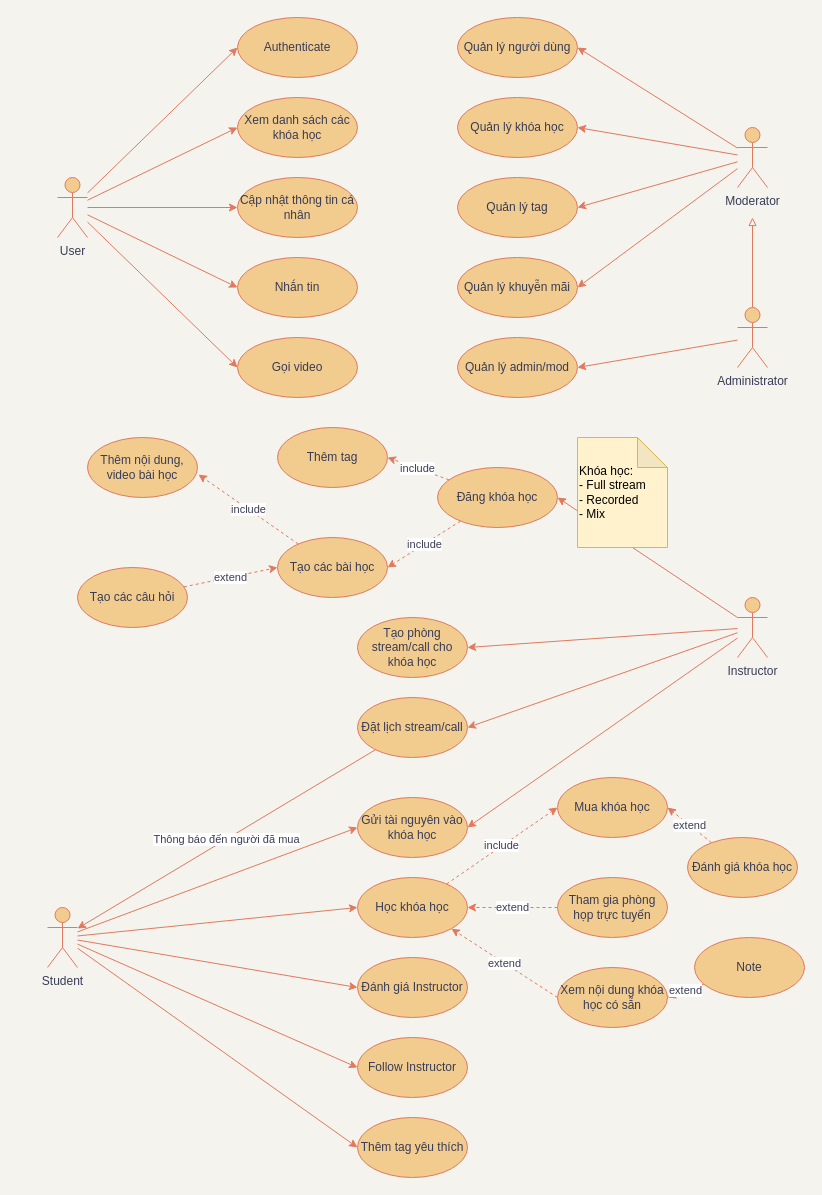
The draw.io diagram docs/graph/usecase.drawio in SownBanana/HUST-graduate-project, before the edit. Source tidied: cells renumbered, new cells numbered last; positions are measured from the earlier drawing's top-left corner, leaving out a move shared by most shapes. Both pictures are drawn from the tidied source at 100%, with x=0, y=0 at pixel (47, 17).
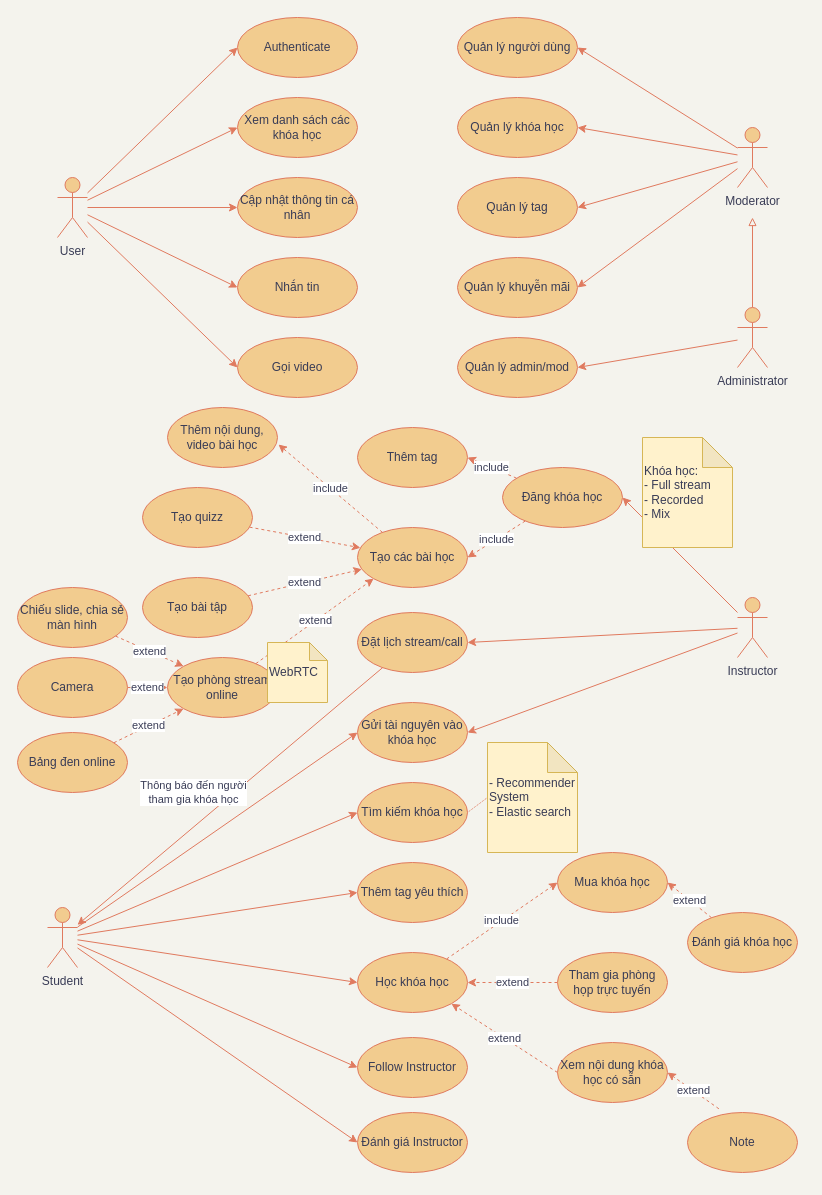
Above is the later version.

The change refers to these unchanged cells:
```xml
<mxCell id="6" value="Instructor" style="shape=umlActor;verticalLabelPosition=bottom;verticalAlign=top;html=1;outlineConnect=0;fillColor=#F2CC8F;strokeColor=#E07A5F;fontColor=#393C56;" parent="1" vertex="1">
  <mxGeometry x="690" y="580" width="30" height="60" as="geometry" />
</mxCell>
<mxCell id="12" value="Student" style="shape=umlActor;verticalLabelPosition=bottom;verticalAlign=top;html=1;outlineConnect=0;fillColor=#F2CC8F;strokeColor=#E07A5F;fontColor=#393C56;" parent="1" vertex="1">
  <mxGeometry y="890" width="30" height="60" as="geometry" />
</mxCell>
```

Diff of the diagram source:
```diff
@@
-    <mxCell id="3" style="edgeStyle=none;rounded=1;sketch=0;jettySize=auto;html=1;entryX=1;entryY=0.5;entryDx=0;entryDy=0;strokeColor=#E07A5F;fillColor=#F2CC8F;fontColor=#393C56;" parent="1" edge="1" source="6" target="45">
-      <mxGeometry relative="1" as="geometry" />
-    </mxCell>
@@
+    <mxCell id="65" style="edgeStyle=none;rounded=0;jettySize=auto;html=1;entryX=0;entryY=0.5;entryDx=0;entryDy=0;strokeColor=#E07A5F;fontColor=#393C56;" parent="1" edge="1" source="12" target="68">
+      <mxGeometry relative="1" as="geometry" />
+    </mxCell>
@@
     <mxCell id="26" value="Đăng khóa học" style="ellipse;whiteSpace=wrap;html=1;fillColor=#F2CC8F;strokeColor=#E07A5F;fontColor=#393C56;" parent="1" vertex="1">
-      <mxGeometry x="390" y="450" width="120" height="60" as="geometry" />
+      <mxGeometry x="455" y="450" width="120" height="60" as="geometry" />
     </mxCell>
@@
     <mxCell id="41" value="Tạo các bài học" style="ellipse;whiteSpace=wrap;html=1;rounded=0;sketch=0;strokeColor=#E07A5F;fillColor=#F2CC8F;fontColor=#393C56;" parent="1" vertex="1">
-      <mxGeometry x="230" y="520" width="110" height="60" as="geometry" />
+      <mxGeometry x="310" y="510" width="110" height="60" as="geometry" />
     </mxCell>
-    <mxCell id="42" value="extend" style="edgeStyle=none;rounded=1;sketch=0;jettySize=auto;html=1;entryX=0;entryY=0.5;entryDx=0;entryDy=0;dashed=1;strokeColor=#E07A5F;fillColor=#F2CC8F;fontColor=#393C56;" parent="1" edge="1" source="43" target="41">
+    <mxCell id="42" value="extend" style="edgeStyle=none;rounded=1;sketch=0;jettySize=auto;html=1;dashed=1;strokeColor=#E07A5F;fillColor=#F2CC8F;fontColor=#393C56;" parent="1" edge="1" source="43" target="41">
       <mxGeometry relative="1" as="geometry" />
     </mxCell>
-    <mxCell id="43" value="Tạo các câu hỏi" style="ellipse;whiteSpace=wrap;html=1;rounded=0;sketch=0;strokeColor=#E07A5F;fillColor=#F2CC8F;fontColor=#393C56;" parent="1" vertex="1">
-      <mxGeometry x="30" y="550" width="110" height="60" as="geometry" />
+    <mxCell id="43" value="Tạo quizz" style="ellipse;whiteSpace=wrap;html=1;rounded=0;sketch=0;strokeColor=#E07A5F;fillColor=#F2CC8F;fontColor=#393C56;" parent="1" vertex="1">
+      <mxGeometry x="95" y="470" width="110" height="60" as="geometry" />
     </mxCell>
     <mxCell id="44" value="Thêm nội dung, video bài học" style="ellipse;whiteSpace=wrap;html=1;rounded=0;sketch=0;strokeColor=#E07A5F;fillColor=#F2CC8F;fontColor=#393C56;" parent="1" vertex="1">
-      <mxGeometry x="40" y="420" width="110" height="60" as="geometry" />
+      <mxGeometry x="120" y="390" width="110" height="60" as="geometry" />
     </mxCell>
+    <mxCell id="66" value="extend" style="rounded=0;jettySize=auto;html=1;entryX=0;entryY=1;entryDx=0;entryDy=0;dashed=1;strokeColor=#E07A5F;fontColor=#393C56;" parent="1" edge="1" source="45" target="41">
+      <mxGeometry relative="1" as="geometry" />
+    </mxCell>
-    <mxCell id="45" value="Tạo phòng stream/call cho khóa học" style="ellipse;whiteSpace=wrap;html=1;rounded=0;sketch=0;strokeColor=#E07A5F;fillColor=#F2CC8F;fontColor=#393C56;" parent="1" vertex="1">
-      <mxGeometry x="310" y="600" width="110" height="60" as="geometry" />
+    <mxCell id="45" value="Tạo phòng stream online" style="ellipse;whiteSpace=wrap;html=1;rounded=0;sketch=0;strokeColor=#E07A5F;fillColor=#F2CC8F;fontColor=#393C56;" parent="1" vertex="1">
+      <mxGeometry x="120" y="640" width="110" height="60" as="geometry" />
     </mxCell>
-    <mxCell id="46" value="Thông báo đến người đã mua" style="edgeStyle=none;rounded=1;sketch=0;jettySize=auto;html=1;strokeColor=#E07A5F;fillColor=#F2CC8F;fontColor=#393C56;" parent="1" edge="1" source="47" target="12">
-      <mxGeometry relative="1" as="geometry" />
+    <mxCell id="46" value="Thông báo đến người&lt;br&gt;tham gia khóa học" style="edgeStyle=none;rounded=1;sketch=0;jettySize=auto;html=1;strokeColor=#E07A5F;fillColor=#F2CC8F;fontColor=#393C56;" parent="1" edge="1" source="47" target="12">
+      <mxGeometry x="0.13" y="-27" relative="1" as="geometry" />
     </mxCell>
     <mxCell id="47" value="Đặt lịch stream/call" style="ellipse;whiteSpace=wrap;html=1;rounded=0;sketch=0;strokeColor=#E07A5F;fillColor=#F2CC8F;fontColor=#393C56;" parent="1" vertex="1">
-      <mxGeometry x="310" y="680" width="110" height="60" as="geometry" />
+      <mxGeometry x="310" y="595" width="110" height="60" as="geometry" />
     </mxCell>
     <mxCell id="48" value="Gửi tài nguyên vào khóa học" style="ellipse;whiteSpace=wrap;html=1;rounded=0;sketch=0;strokeColor=#E07A5F;fillColor=#F2CC8F;fontColor=#393C56;" parent="1" vertex="1">
-      <mxGeometry x="310" y="780" width="110" height="60" as="geometry" />
+      <mxGeometry x="310" y="685" width="110" height="60" as="geometry" />
     </mxCell>
     <mxCell id="49" value="Mua khóa học" style="ellipse;whiteSpace=wrap;html=1;rounded=0;sketch=0;strokeColor=#E07A5F;fillColor=#F2CC8F;fontColor=#393C56;" parent="1" vertex="1">
-      <mxGeometry x="510" y="760" width="110" height="60" as="geometry" />
+      <mxGeometry x="510" y="835" width="110" height="60" as="geometry" />
     </mxCell>
@@
     <mxCell id="51" value="Đánh giá khóa học" style="ellipse;whiteSpace=wrap;html=1;rounded=0;sketch=0;strokeColor=#E07A5F;fillColor=#F2CC8F;fontColor=#393C56;" parent="1" vertex="1">
-      <mxGeometry x="640" y="820" width="110" height="60" as="geometry" />
+      <mxGeometry x="640" y="895" width="110" height="60" as="geometry" />
     </mxCell>
     <mxCell id="52" value="Đánh giá Instructor" style="ellipse;whiteSpace=wrap;html=1;rounded=0;sketch=0;strokeColor=#E07A5F;fillColor=#F2CC8F;fontColor=#393C56;" parent="1" vertex="1">
-      <mxGeometry x="310" y="940" width="110" height="60" as="geometry" />
+      <mxGeometry x="310" y="1095" width="110" height="60" as="geometry" />
     </mxCell>
@@
     <mxCell id="54" value="Thêm tag yêu thích" style="ellipse;whiteSpace=wrap;html=1;rounded=0;sketch=0;strokeColor=#E07A5F;fillColor=#F2CC8F;fontColor=#393C56;" parent="1" vertex="1">
-      <mxGeometry x="310" y="1100" width="110" height="60" as="geometry" />
+      <mxGeometry x="310" y="845" width="110" height="60" as="geometry" />
     </mxCell>
@@
     <mxCell id="56" value="Học khóa học" style="ellipse;whiteSpace=wrap;html=1;rounded=0;sketch=0;strokeColor=#E07A5F;fillColor=#F2CC8F;fontColor=#393C56;" parent="1" vertex="1">
-      <mxGeometry x="310" y="860" width="110" height="60" as="geometry" />
+      <mxGeometry x="310" y="935" width="110" height="60" as="geometry" />
     </mxCell>
-    <mxCell id="57" value="Khóa học:&lt;br&gt;- Full stream&lt;br&gt;- Recorded&lt;br&gt;- Mix" style="shape=note;whiteSpace=wrap;html=1;backgroundOutline=1;darkOpacity=0.05;rounded=0;sketch=0;strokeColor=#d6b656;fillColor=#fff2cc;align=left;" parent="1" vertex="1">
-      <mxGeometry x="530" y="420" width="90" height="110" as="geometry" />
+    <mxCell id="57" value="Khóa học:&lt;br&gt;- Full stream&lt;br&gt;- Recorded&lt;br&gt;- Mix" style="shape=note;whiteSpace=wrap;html=1;backgroundOutline=1;darkOpacity=0.05;rounded=0;sketch=0;strokeColor=#d6b656;fillColor=#fff2cc;align=left;fontColor=#393C56;" parent="1" vertex="1">
+      <mxGeometry x="595" y="420" width="90" height="110" as="geometry" />
     </mxCell>
@@
     <mxCell id="59" value="Tham gia phòng họp trực tuyến" style="ellipse;whiteSpace=wrap;html=1;rounded=0;sketch=0;strokeColor=#E07A5F;fillColor=#F2CC8F;fontColor=#393C56;" parent="1" vertex="1">
-      <mxGeometry x="510" y="860" width="110" height="60" as="geometry" />
+      <mxGeometry x="510" y="935" width="110" height="60" as="geometry" />
     </mxCell>
     <mxCell id="60" value="Thêm tag" style="ellipse;whiteSpace=wrap;html=1;rounded=0;sketch=0;strokeColor=#E07A5F;fillColor=#F2CC8F;fontColor=#393C56;" parent="1" vertex="1">
-      <mxGeometry x="230" y="410" width="110" height="60" as="geometry" />
+      <mxGeometry x="310" y="410" width="110" height="60" as="geometry" />
     </mxCell>
     <mxCell id="61" value="Xem nội dung khóa học có sẵn" style="ellipse;whiteSpace=wrap;html=1;rounded=0;sketch=0;strokeColor=#E07A5F;fillColor=#F2CC8F;fontColor=#393C56;" parent="1" vertex="1">
-      <mxGeometry x="510" y="950" width="110" height="60" as="geometry" />
+      <mxGeometry x="510" y="1025" width="110" height="60" as="geometry" />
     </mxCell>
@@
     <mxCell id="63" value="Note" style="ellipse;whiteSpace=wrap;html=1;rounded=0;sketch=0;strokeColor=#E07A5F;fillColor=#F2CC8F;fontColor=#393C56;" parent="1" vertex="1">
-      <mxGeometry x="647" y="920" width="110" height="60" as="geometry" />
+      <mxGeometry x="640" y="1095" width="110" height="60" as="geometry" />
     </mxCell>
-    <mxCell id="64" value="extend" style="edgeStyle=none;rounded=1;sketch=0;jettySize=auto;html=1;entryX=1;entryY=0.5;entryDx=0;entryDy=0;dashed=1;strokeColor=#E07A5F;fillColor=#F2CC8F;fontColor=#393C56;" parent="1" edge="1" source="63" target="61">
-      <mxGeometry relative="1" as="geometry" />
+    <mxCell id="64" value="extend" style="edgeStyle=none;rounded=1;sketch=0;jettySize=auto;html=1;entryX=1;entryY=0.5;entryDx=0;entryDy=0;dashed=1;strokeColor=#E07A5F;fillColor=#F2CC8F;fontColor=#393C56;" parent="1" edge="1" target="61">
+      <mxGeometry relative="1" as="geometry">
+        <mxPoint x="671.4" y="1091.3" as="sourcePoint" />
+      </mxGeometry>
     </mxCell>
+    <mxCell id="67" style="edgeStyle=none;rounded=0;jettySize=auto;html=1;exitX=1;exitY=0.5;exitDx=0;exitDy=0;entryX=0;entryY=0.5;entryDx=0;entryDy=0;entryPerimeter=0;strokeColor=#E07A5F;fontColor=#393C56;endArrow=none;endFill=0;dashed=1;dashPattern=1 1;" parent="1" edge="1" source="68" target="69">
+      <mxGeometry relative="1" as="geometry" />
+    </mxCell>
+    <mxCell id="68" value="Tìm kiếm khóa học" style="ellipse;whiteSpace=wrap;html=1;rounded=0;sketch=0;strokeColor=#E07A5F;fillColor=#F2CC8F;fontColor=#393C56;" parent="1" vertex="1">
+      <mxGeometry x="310" y="765" width="110" height="60" as="geometry" />
+    </mxCell>
+    <mxCell id="69" value="- Recommender System&lt;br&gt;- Elastic search" style="shape=note;whiteSpace=wrap;html=1;backgroundOutline=1;darkOpacity=0.05;rounded=0;sketch=0;strokeColor=#d6b656;fillColor=#fff2cc;align=left;fontColor=#393C56;" parent="1" vertex="1">
+      <mxGeometry x="440" y="725" width="90" height="110" as="geometry" />
+    </mxCell>
+    <mxCell id="70" value="extend" style="edgeStyle=none;rounded=1;sketch=0;jettySize=auto;html=1;dashed=1;strokeColor=#E07A5F;fillColor=#F2CC8F;fontColor=#393C56;" parent="1" edge="1" source="71" target="41">
+      <mxGeometry relative="1" as="geometry" />
+    </mxCell>
+    <mxCell id="71" value="Tạo bài tập" style="ellipse;whiteSpace=wrap;html=1;rounded=0;sketch=0;strokeColor=#E07A5F;fillColor=#F2CC8F;fontColor=#393C56;" parent="1" vertex="1">
+      <mxGeometry x="95" y="560" width="110" height="60" as="geometry" />
+    </mxCell>
+    <mxCell id="72" value="WebRTC" style="shape=note;whiteSpace=wrap;html=1;backgroundOutline=1;darkOpacity=0.05;rounded=0;sketch=0;strokeColor=#d6b656;fillColor=#fff2cc;align=left;fontColor=#393C56;size=18;" parent="1" vertex="1">
+      <mxGeometry x="220" y="625" width="60" height="60" as="geometry" />
+    </mxCell>
+    <mxCell id="73" value="extend" style="rounded=0;jettySize=auto;html=1;entryX=0;entryY=0;entryDx=0;entryDy=0;dashed=1;strokeColor=#E07A5F;fontColor=#393C56;" parent="1" edge="1" source="74" target="45">
+      <mxGeometry relative="1" as="geometry" />
+    </mxCell>
+    <mxCell id="74" value="Chiếu slide, chia sẻ màn hình" style="ellipse;whiteSpace=wrap;html=1;rounded=0;sketch=0;strokeColor=#E07A5F;fillColor=#F2CC8F;fontColor=#393C56;" parent="1" vertex="1">
+      <mxGeometry x="-30" y="570" width="110" height="60" as="geometry" />
+    </mxCell>
+    <mxCell id="75" value="extend" style="rounded=0;jettySize=auto;html=1;entryX=0;entryY=0.5;entryDx=0;entryDy=0;dashed=1;strokeColor=#E07A5F;fontColor=#393C56;" parent="1" edge="1" source="76" target="45">
+      <mxGeometry relative="1" as="geometry" />
+    </mxCell>
+    <mxCell id="76" value="Camera" style="ellipse;whiteSpace=wrap;html=1;rounded=0;sketch=0;strokeColor=#E07A5F;fillColor=#F2CC8F;fontColor=#393C56;" parent="1" vertex="1">
+      <mxGeometry x="-30" y="640" width="110" height="60" as="geometry" />
+    </mxCell>
+    <mxCell id="77" value="extend" style="rounded=0;jettySize=auto;html=1;dashed=1;strokeColor=#E07A5F;fontColor=#393C56;entryX=0;entryY=1;entryDx=0;entryDy=0;" parent="1" edge="1" source="78" target="45">
+      <mxGeometry relative="1" as="geometry" />
+    </mxCell>
+    <mxCell id="78" value="Bảng đen online" style="ellipse;whiteSpace=wrap;html=1;rounded=0;sketch=0;strokeColor=#E07A5F;fillColor=#F2CC8F;fontColor=#393C56;" parent="1" vertex="1">
+      <mxGeometry x="-30" y="715" width="110" height="60" as="geometry" />
+    </mxCell>
```
